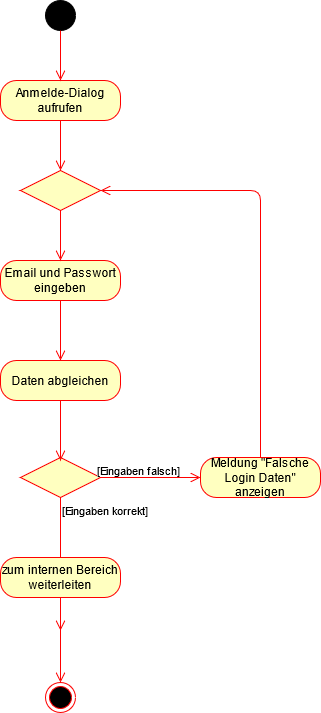
Above: Diagramme/Usermanagement/Anmelden.png in dnickel8/SGSETeam3 (draw.io), before the change. Source tidied: cells renumbered, new cells last; positions are measured from the earlier drawing's top-left corner, leaving out a move shared by most shapes.
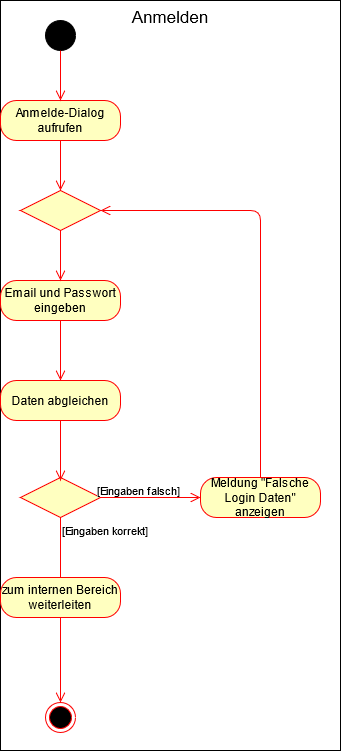
Above is the later version.

Diff of the diagram source:
```diff
@@ -2,6 +2,9 @@
   <root>
     <mxCell id="0" />
     <mxCell id="1" parent="0" />
+    <mxCell id="21" value="Anmelden" style="rounded=0;whiteSpace=wrap;html=1;fontSize=17;verticalAlign=top;" parent="1" vertex="1">
+      <mxGeometry y="-20" width="340" height="750" as="geometry" />
+    </mxCell>
     <mxCell id="2" style="ellipse;whiteSpace=wrap;html=1;fillColor=#000000;" parent="1" vertex="1">
       <mxGeometry x="45" width="30" height="30" as="geometry" />
     </mxCell>
@@ -31,10 +34,8 @@
     <mxCell id="10" value="[Eingaben falsch]" style="edgeLabel;html=1;align=center;verticalAlign=middle;" parent="9" vertex="1">
       <mxGeometry x="-0.26" y="8" relative="1" as="geometry" />
     </mxCell>
-    <mxCell id="11" value="[Eingaben korrekt]" style="edgeStyle=orthogonalEdgeStyle;html=1;align=left;verticalAlign=top;endArrow=open;endSize=8;strokeColor=#ff0000;" parent="1" edge="1" source="8">
-      <mxGeometry x="-1" relative="1" as="geometry">
-        <mxPoint x="60" y="630" as="targetPoint" />
-      </mxGeometry>
+    <mxCell id="11" value="[Eingaben korrekt]" style="edgeStyle=orthogonalEdgeStyle;html=1;align=left;verticalAlign=top;endArrow=open;endSize=8;strokeColor=#ff0000;entryX=0.5;entryY=0;entryDx=0;entryDy=0;" parent="1" edge="1" source="8" target="13">
+      <mxGeometry x="-1" relative="1" as="geometry" />
     </mxCell>
     <mxCell id="12" value="zum internen Bereich weiterleiten" style="rounded=1;whiteSpace=wrap;html=1;arcSize=40;fontColor=#000000;fillColor=#ffffc0;strokeColor=#ff0000;" parent="1" vertex="1">
       <mxGeometry y="557" width="120" height="40" as="geometry" />
@@ -54,9 +55,6 @@
     <mxCell id="17" style="edgeStyle=orthogonalEdgeStyle;html=1;verticalAlign=bottom;endArrow=open;endSize=8;strokeColor=#ff0000;exitX=0.5;exitY=1;exitDx=0;exitDy=0;entryX=0.5;entryY=0;entryDx=0;entryDy=0;" parent="1" edge="1" source="16" target="6">
       <mxGeometry relative="1" as="geometry" />
     </mxCell>
-    <mxCell id="18" style="edgeStyle=orthogonalEdgeStyle;html=1;verticalAlign=bottom;endArrow=open;endSize=8;strokeColor=#ff0000;entryX=0.5;entryY=0;entryDx=0;entryDy=0;exitX=0.5;exitY=1;exitDx=0;exitDy=0;" parent="1" edge="1" source="12" target="13">
-      <mxGeometry relative="1" as="geometry" />
-    </mxCell>
     <mxCell id="19" value="Daten abgleichen" style="rounded=1;whiteSpace=wrap;html=1;arcSize=40;fontColor=#000000;fillColor=#ffffc0;strokeColor=#ff0000;" parent="1" vertex="1">
       <mxGeometry y="360" width="120" height="40" as="geometry" />
     </mxCell>
```
